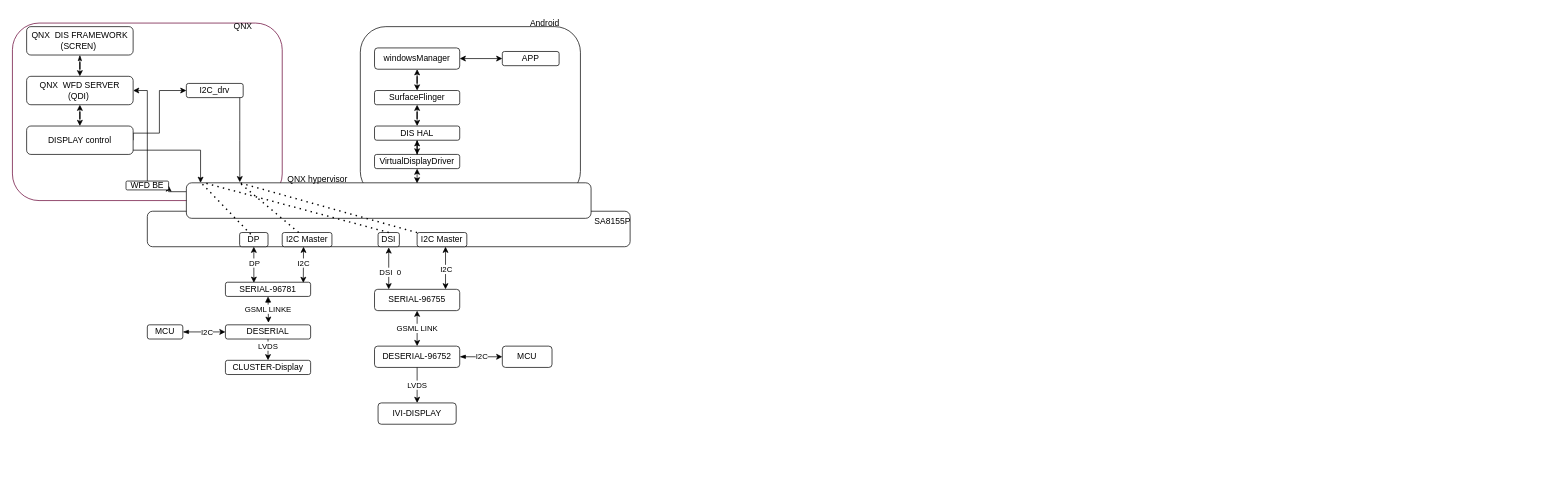
This is display-arch.drawio from singledo/drawio-repo, a draw.io file, before an edit. Source tidied: cells renumbered, new cells numbered last; positions are measured from the earlier drawing's top-left corner, leaving out a move shared by most shapes. Both pictures are drawn from the tidied source at 71%, with x=0, y=0 at pixel (12, 12).
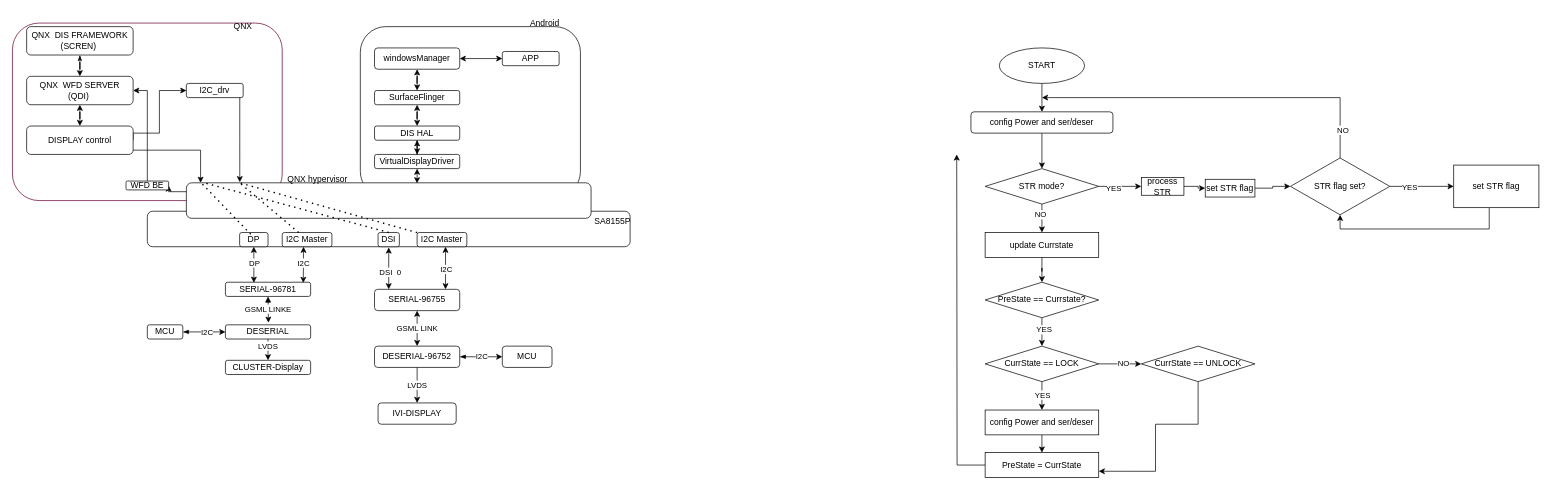
The same page after the edit.

The edit, as a diff of the source:
```diff
@@
+    <mxCell id="68" style="edgeStyle=orthogonalEdgeStyle;rounded=0;jettySize=auto;html=1;entryX=0.5;entryY=0;entryDx=0;entryDy=0;" parent="1" edge="1" source="69" target="71">
+      <mxGeometry relative="1" as="geometry" />
+    </mxCell>
+    <mxCell id="69" value="START" style="ellipse;whiteSpace=wrap;html=1;" parent="1" vertex="1">
+      <mxGeometry x="1390" y="50" width="120" height="50" as="geometry" />
+    </mxCell>
+    <mxCell id="70" style="edgeStyle=orthogonalEdgeStyle;rounded=0;jettySize=auto;html=1;entryX=0.5;entryY=0;entryDx=0;entryDy=0;" parent="1" edge="1" source="71" target="76">
+      <mxGeometry relative="1" as="geometry" />
+    </mxCell>
+    <mxCell id="71" value="config Power and ser/deser" style="rounded=1;whiteSpace=wrap;html=1;" parent="1" vertex="1">
+      <mxGeometry x="1350" y="140" width="200" height="30" as="geometry" />
+    </mxCell>
+    <mxCell id="72" style="edgeStyle=orthogonalEdgeStyle;rounded=0;jettySize=auto;html=1;" parent="1" edge="1" source="76" target="81">
+      <mxGeometry relative="1" as="geometry" />
+    </mxCell>
+    <mxCell id="73" value="YES" style="edgeLabel;html=1;align=center;verticalAlign=middle;" parent="72" vertex="1">
+      <mxGeometry x="-0.33" y="-2" relative="1" as="geometry" />
+    </mxCell>
+    <mxCell id="74" style="edgeStyle=orthogonalEdgeStyle;rounded=0;jettySize=auto;html=1;entryX=0.5;entryY=0;entryDx=0;entryDy=0;" parent="1" edge="1" source="76" target="101">
+      <mxGeometry relative="1" as="geometry" />
+    </mxCell>
+    <mxCell id="75" value="NO" style="edgeLabel;html=1;align=center;verticalAlign=middle;" parent="74" vertex="1">
+      <mxGeometry x="-0.32" y="-3" relative="1" as="geometry" />
+    </mxCell>
+    <mxCell id="76" value="STR mode?" style="rhombus;whiteSpace=wrap;html=1;" parent="1" vertex="1">
+      <mxGeometry x="1370" y="220" width="160" height="50" as="geometry" />
+    </mxCell>
+    <mxCell id="77" style="edgeStyle=orthogonalEdgeStyle;rounded=0;jettySize=auto;html=1;" parent="1" edge="1" source="79" target="93">
+      <mxGeometry relative="1" as="geometry" />
+    </mxCell>
+    <mxCell id="78" value="YES" style="edgeLabel;html=1;align=center;verticalAlign=middle;" parent="77" vertex="1">
+      <mxGeometry x="-0.21" y="2" relative="1" as="geometry" />
+    </mxCell>
+    <mxCell id="79" value="PreState == Currstate?" style="rhombus;whiteSpace=wrap;html=1;" parent="1" vertex="1">
+      <mxGeometry x="1370" y="380" width="160" height="50" as="geometry" />
+    </mxCell>
+    <mxCell id="80" style="edgeStyle=orthogonalEdgeStyle;rounded=0;jettySize=auto;html=1;" parent="1" edge="1" source="81" target="103">
+      <mxGeometry relative="1" as="geometry" />
+    </mxCell>
+    <mxCell id="81" value="process STR" style="whiteSpace=wrap;html=1;" parent="1" vertex="1">
+      <mxGeometry x="1590" y="232.5" width="60" height="25" as="geometry" />
+    </mxCell>
+    <mxCell id="82" style="edgeStyle=orthogonalEdgeStyle;rounded=0;jettySize=auto;html=1;" parent="1" edge="1" source="86" target="88">
+      <mxGeometry relative="1" as="geometry" />
+    </mxCell>
+    <mxCell id="83" value="YES" style="edgeLabel;html=1;align=center;verticalAlign=middle;" parent="82" vertex="1">
+      <mxGeometry x="-0.41" y="-1" relative="1" as="geometry" />
+    </mxCell>
+    <mxCell id="84" style="edgeStyle=orthogonalEdgeStyle;rounded=0;jettySize=auto;html=1;exitX=0.5;exitY=0;exitDx=0;exitDy=0;" parent="1" edge="1" source="86">
+      <mxGeometry relative="1" as="geometry">
+        <mxPoint x="1450" y="120" as="targetPoint" />
+        <Array as="points">
+          <mxPoint x="1870" y="120" />
+          <mxPoint x="1660" y="120" />
+        </Array>
+      </mxGeometry>
+    </mxCell>
+    <mxCell id="85" value="NO" style="edgeLabel;html=1;align=center;verticalAlign=middle;" parent="84" vertex="1">
+      <mxGeometry x="-0.84" y="-3" relative="1" as="geometry" />
+    </mxCell>
+    <mxCell id="86" value="STR flag set?" style="rhombus;whiteSpace=wrap;html=1;" parent="1" vertex="1">
+      <mxGeometry x="1800" y="205" width="140" height="80" as="geometry" />
+    </mxCell>
+    <mxCell id="87" style="edgeStyle=orthogonalEdgeStyle;rounded=0;jettySize=auto;html=1;entryX=0.5;entryY=1;entryDx=0;entryDy=0;" parent="1" edge="1" source="88" target="86">
+      <mxGeometry relative="1" as="geometry">
+        <Array as="points">
+          <mxPoint x="2080" y="305" />
+          <mxPoint x="1870" y="305" />
+        </Array>
+      </mxGeometry>
+    </mxCell>
+    <mxCell id="88" value="set STR flag" style="whiteSpace=wrap;html=1;" parent="1" vertex="1">
+      <mxGeometry x="2030" y="215" width="120" height="60" as="geometry" />
+    </mxCell>
+    <mxCell id="89" style="edgeStyle=orthogonalEdgeStyle;rounded=0;jettySize=auto;html=1;" parent="1" edge="1" source="93" target="95">
+      <mxGeometry relative="1" as="geometry" />
+    </mxCell>
+    <mxCell id="90" value="YES" style="edgeLabel;html=1;align=center;verticalAlign=middle;" parent="89" vertex="1">
+      <mxGeometry x="-0.12" relative="1" as="geometry" />
+    </mxCell>
+    <mxCell id="91" style="edgeStyle=orthogonalEdgeStyle;rounded=0;jettySize=auto;html=1;" parent="1" edge="1" source="93" target="97">
+      <mxGeometry relative="1" as="geometry" />
+    </mxCell>
+    <mxCell id="92" value="NO" style="edgeLabel;html=1;align=center;verticalAlign=middle;" parent="91" vertex="1">
+      <mxGeometry x="0.12" y="2" relative="1" as="geometry" />
+    </mxCell>
+    <mxCell id="93" value="CurrState == LOCK" style="rhombus;whiteSpace=wrap;html=1;" parent="1" vertex="1">
+      <mxGeometry x="1370" y="470" width="160" height="50" as="geometry" />
+    </mxCell>
+    <mxCell id="94" style="edgeStyle=orthogonalEdgeStyle;rounded=0;jettySize=auto;html=1;exitX=0.5;exitY=1;exitDx=0;exitDy=0;entryX=0.5;entryY=0;entryDx=0;entryDy=0;" parent="1" edge="1" source="95" target="99">
+      <mxGeometry relative="1" as="geometry" />
+    </mxCell>
+    <mxCell id="95" value="config Power and ser/deser" style="whiteSpace=wrap;html=1;" parent="1" vertex="1">
+      <mxGeometry x="1370" y="560" width="160" height="35" as="geometry" />
+    </mxCell>
+    <mxCell id="96" style="edgeStyle=orthogonalEdgeStyle;rounded=0;jettySize=auto;html=1;exitX=0.5;exitY=1;exitDx=0;exitDy=0;entryX=1;entryY=0.75;entryDx=0;entryDy=0;" parent="1" edge="1" source="97" target="99">
+      <mxGeometry relative="1" as="geometry">
+        <Array as="points">
+          <mxPoint x="1670" y="580" />
+          <mxPoint x="1610" y="580" />
+          <mxPoint x="1610" y="646" />
+        </Array>
+      </mxGeometry>
+    </mxCell>
+    <mxCell id="97" value="CurrState == UNLOCK" style="rhombus;whiteSpace=wrap;html=1;" parent="1" vertex="1">
+      <mxGeometry x="1590" y="470" width="160" height="50" as="geometry" />
+    </mxCell>
+    <mxCell id="98" style="edgeStyle=orthogonalEdgeStyle;rounded=0;jettySize=auto;html=1;" parent="1" edge="1" source="99">
+      <mxGeometry relative="1" as="geometry">
+        <mxPoint x="1330" y="200" as="targetPoint" />
+      </mxGeometry>
+    </mxCell>
+    <mxCell id="99" value="PreState = CurrState" style="whiteSpace=wrap;html=1;" parent="1" vertex="1">
+      <mxGeometry x="1370" y="620" width="160" height="35" as="geometry" />
+    </mxCell>
+    <mxCell id="100" style="edgeStyle=orthogonalEdgeStyle;rounded=0;jettySize=auto;html=1;entryX=0.5;entryY=0;entryDx=0;entryDy=0;" parent="1" edge="1" source="101" target="79">
+      <mxGeometry relative="1" as="geometry" />
+    </mxCell>
+    <mxCell id="101" value="update Currstate" style="whiteSpace=wrap;html=1;" parent="1" vertex="1">
+      <mxGeometry x="1370" y="310" width="160" height="35" as="geometry" />
+    </mxCell>
+    <mxCell id="102" style="edgeStyle=orthogonalEdgeStyle;rounded=0;jettySize=auto;html=1;entryX=0;entryY=0.5;entryDx=0;entryDy=0;" parent="1" edge="1" source="103" target="86">
+      <mxGeometry relative="1" as="geometry" />
+    </mxCell>
+    <mxCell id="103" value="set STR flag" style="whiteSpace=wrap;html=1;" parent="1" vertex="1">
+      <mxGeometry x="1680" y="235" width="70" height="25" as="geometry" />
+    </mxCell>
```
